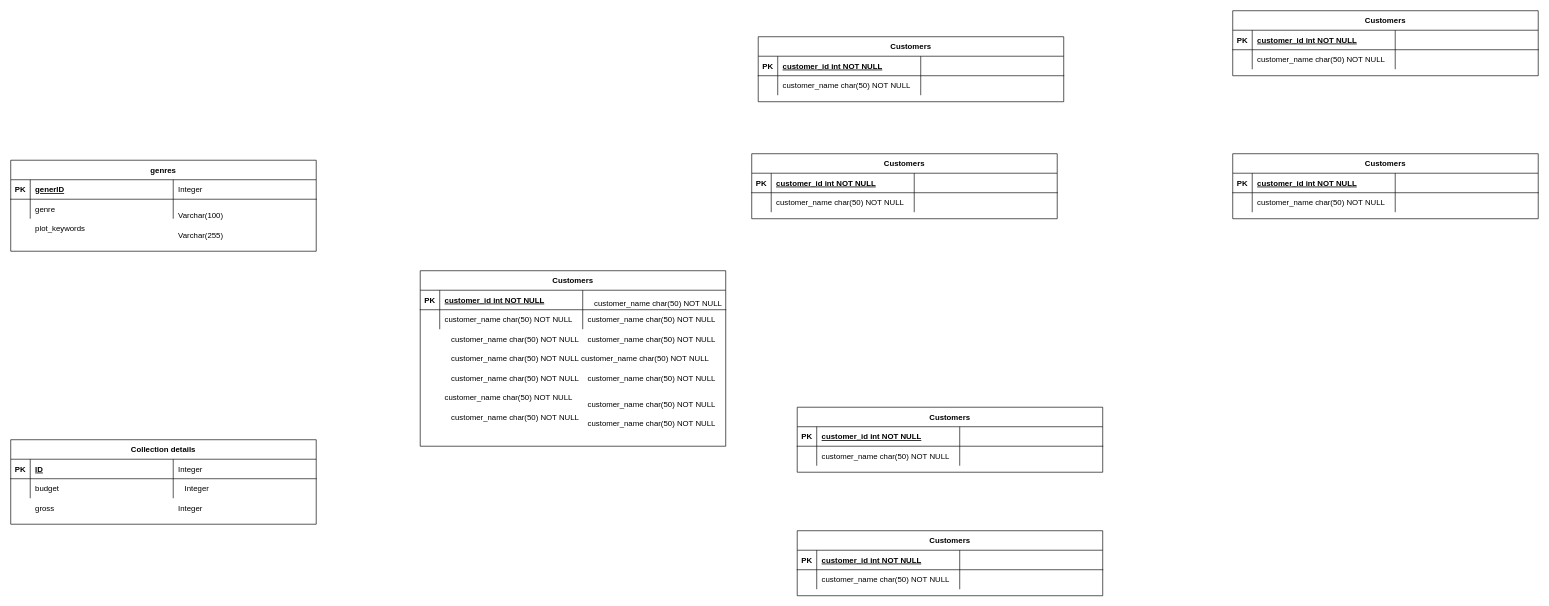
Above: GunnamLavakumarreddy_Module1_ERD.drawio in lavakumarreddy21/AnalyticsVidya_Assignment_Tableau (draw.io), before the change. Source tidied: cells renumbered, new cells numbered last; positions are measured from the earlier drawing's top-left corner, leaving out a move shared by most shapes. Both pictures are drawn from the tidied source at 65%, with x=0, y=0 at pixel (10, 10).
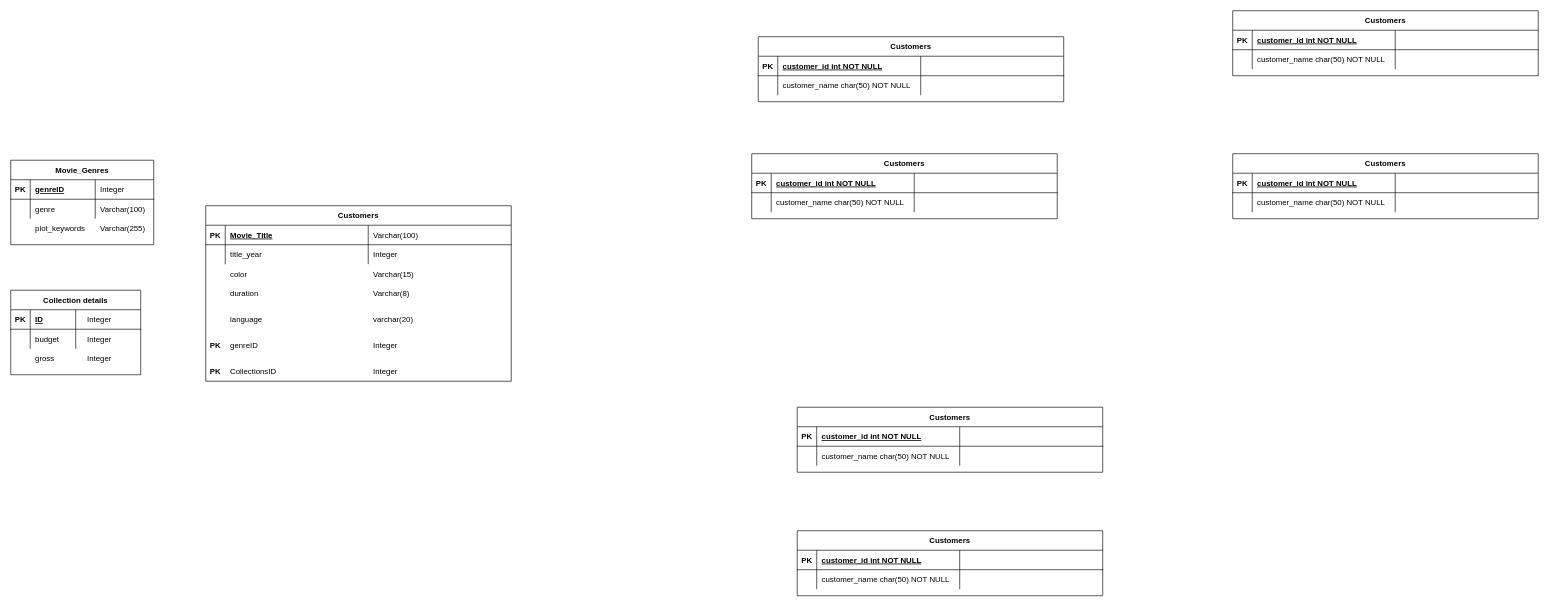
After the change.

The change refers to these unchanged cells:
```xml
<mxCell id="21" style="shape=partialRectangle;fillColor=none;top=0;left=0;right=0;bottom=1;" parent="20" vertex="1">
  <mxGeometry y="30" width="470" height="30" as="geometry" />
</mxCell>
<mxCell id="25" style="shape=partialRectangle;fillColor=none;top=0;left=0;right=0;bottom=0;" parent="20" vertex="1">
  <mxGeometry y="60" width="470" height="30" as="geometry" />
</mxCell>
```

The edit, as a diff of the source:
```diff
@@
-    <mxCell id="2" value="genres" style="shape=table;startSize=30;childLayout=tableLayout;rowLines=0;fontStyle=1;align=center;" parent="1" vertex="1">
-      <mxGeometry y="230" width="470" height="140" as="geometry" />
+    <mxCell id="2" value="Movie_Genres" style="shape=table;startSize=30;childLayout=tableLayout;rowLines=0;fontStyle=1;align=center;" parent="1" vertex="1">
+      <mxGeometry y="230" width="220" height="130" as="geometry" />
     </mxCell>
     <mxCell id="3" style="shape=partialRectangle;fillColor=none;top=0;left=0;right=0;bottom=1;" parent="2" vertex="1">
-      <mxGeometry y="30" width="470" height="30" as="geometry" />
+      <mxGeometry y="30" width="220" height="30" as="geometry" />
     </mxCell>
@@
-    <mxCell id="5" value="generID" style="shape=partialRectangle;overflow=hidden;fillColor=none;top=0;left=0;bottom=0;right=0;align=left;spacingLeft=6;fontStyle=5;" parent="3" vertex="1">
-      <mxGeometry x="30" width="220" height="30" as="geometry" />
+    <mxCell id="5" value="genreID" style="shape=partialRectangle;overflow=hidden;fillColor=none;top=0;left=0;bottom=0;right=0;align=left;spacingLeft=6;fontStyle=5;" parent="3" vertex="1">
+      <mxGeometry x="30" width="100" height="30" as="geometry" />
     </mxCell>
     <mxCell id="6" style="shape=partialRectangle;overflow=hidden;fillColor=none;top=0;left=0;bottom=0;right=0;align=left;spacingLeft=6;fontStyle=5;" parent="3" vertex="1">
-      <mxGeometry x="250" width="220" height="30" as="geometry" />
+      <mxGeometry x="130" width="90" height="30" as="geometry" />
     </mxCell>
     <mxCell id="7" style="shape=partialRectangle;fillColor=none;top=0;left=0;right=0;bottom=0;" parent="2" vertex="1">
-      <mxGeometry y="60" width="470" height="30" as="geometry" />
+      <mxGeometry y="60" width="220" height="30" as="geometry" />
     </mxCell>
@@
     <mxCell id="9" value="genre" style="shape=partialRectangle;overflow=hidden;fillColor=none;top=0;left=0;bottom=0;right=0;align=left;spacingLeft=6;" parent="7" vertex="1">
-      <mxGeometry x="30" width="220" height="30" as="geometry" />
+      <mxGeometry x="30" width="100" height="30" as="geometry" />
     </mxCell>
     <mxCell id="10" style="shape=partialRectangle;overflow=hidden;fillColor=none;top=0;left=0;bottom=0;right=0;align=left;spacingLeft=6;" parent="7" vertex="1">
-      <mxGeometry x="250" width="220" height="30" as="geometry" />
+      <mxGeometry x="130" width="90" height="30" as="geometry" />
     </mxCell>
     <mxCell id="11" value="Collection details" style="shape=table;startSize=30;childLayout=tableLayout;rowLines=0;fontStyle=1;align=center;" parent="1" vertex="1">
-      <mxGeometry y="660" width="470" height="130" as="geometry" />
+      <mxGeometry y="430" width="200" height="130" as="geometry" />
     </mxCell>
     <mxCell id="12" style="shape=partialRectangle;fillColor=none;top=0;left=0;right=0;bottom=1;" parent="11" vertex="1">
-      <mxGeometry y="30" width="470" height="30" as="geometry" />
+      <mxGeometry y="30" width="200" height="30" as="geometry" />
     </mxCell>
@@
     <mxCell id="14" value="ID" style="shape=partialRectangle;overflow=hidden;fillColor=none;top=0;left=0;bottom=0;right=0;align=left;spacingLeft=6;fontStyle=5;" parent="12" vertex="1">
-      <mxGeometry x="30" width="220" height="30" as="geometry" />
+      <mxGeometry x="30" width="70" height="30" as="geometry" />
     </mxCell>
     <mxCell id="15" style="shape=partialRectangle;overflow=hidden;fillColor=none;top=0;left=0;bottom=0;right=0;align=left;spacingLeft=6;fontStyle=5;" parent="12" vertex="1">
-      <mxGeometry x="250" width="220" height="30" as="geometry" />
+      <mxGeometry x="100" width="100" height="30" as="geometry" />
     </mxCell>
     <mxCell id="16" style="shape=partialRectangle;fillColor=none;top=0;left=0;right=0;bottom=0;" parent="11" vertex="1">
-      <mxGeometry y="60" width="470" height="30" as="geometry" />
+      <mxGeometry y="60" width="200" height="30" as="geometry" />
     </mxCell>
@@
     <mxCell id="18" value="budget" style="shape=partialRectangle;overflow=hidden;fillColor=none;top=0;left=0;bottom=0;right=0;align=left;spacingLeft=6;" parent="16" vertex="1">
-      <mxGeometry x="30" width="220" height="30" as="geometry" />
+      <mxGeometry x="30" width="70" height="30" as="geometry" />
     </mxCell>
     <mxCell id="19" style="shape=partialRectangle;overflow=hidden;fillColor=none;top=0;left=0;bottom=0;right=0;align=left;spacingLeft=6;" parent="16" vertex="1">
-      <mxGeometry x="250" width="220" height="30" as="geometry" />
+      <mxGeometry x="100" width="100" height="30" as="geometry" />
     </mxCell>
     <mxCell id="20" value="Customers" style="shape=table;startSize=30;childLayout=tableLayout;rowLines=0;fontStyle=1;align=center;" parent="1" vertex="1">
-      <mxGeometry x="630" y="400" width="470" height="270" as="geometry" />
+      <mxGeometry x="300" y="300" width="470" height="270" as="geometry" />
     </mxCell>
@@
-    <mxCell id="23" value="customer_id int NOT NULL " style="shape=partialRectangle;overflow=hidden;fillColor=none;top=0;left=0;bottom=0;right=0;align=left;spacingLeft=6;fontStyle=5;" parent="21" vertex="1">
+    <mxCell id="23" value="Movie_Title" style="shape=partialRectangle;overflow=hidden;fillColor=none;top=0;left=0;bottom=0;right=0;align=left;spacingLeft=6;fontStyle=5;" parent="21" vertex="1">
       <mxGeometry x="30" width="220" height="30" as="geometry" />
     </mxCell>
@@
-    <mxCell id="27" value="customer_name char(50) NOT NULL" style="shape=partialRectangle;overflow=hidden;fillColor=none;top=0;left=0;bottom=0;right=0;align=left;spacingLeft=6;" parent="25" vertex="1">
+    <mxCell id="27" value="title_year" style="shape=partialRectangle;overflow=hidden;fillColor=none;top=0;left=0;bottom=0;right=0;align=left;spacingLeft=6;" parent="25" vertex="1">
       <mxGeometry x="30" width="220" height="30" as="geometry" />
     </mxCell>
@@
     <mxCell id="84" value="Varchar(100)" style="shape=partialRectangle;overflow=hidden;fillColor=none;top=0;left=0;bottom=0;right=0;align=left;spacingLeft=6;" parent="1" vertex="1">
-      <mxGeometry x="250" y="300" width="220" height="30" as="geometry" />
+      <mxGeometry x="130" y="290" width="220" height="30" as="geometry" />
     </mxCell>
     <mxCell id="85" value="Varchar(255)" style="shape=partialRectangle;overflow=hidden;fillColor=none;top=0;left=0;bottom=0;right=0;align=left;spacingLeft=6;" parent="1" vertex="1">
-      <mxGeometry x="250" y="330" width="220" height="30" as="geometry" />
+      <mxGeometry x="130" y="320" width="220" height="30" as="geometry" />
     </mxCell>
     <mxCell id="86" value="Integer" style="shape=partialRectangle;overflow=hidden;fillColor=none;top=0;left=0;bottom=0;right=0;align=left;spacingLeft=6;" parent="1" vertex="1">
-      <mxGeometry x="250" y="260" width="220" height="30" as="geometry" />
+      <mxGeometry x="130" y="260" width="220" height="30" as="geometry" />
     </mxCell>
     <mxCell id="87" style="shape=partialRectangle;fillColor=none;top=0;left=0;right=0;bottom=0;" parent="1" vertex="1">
-      <mxGeometry y="750" width="470" height="30" as="geometry" />
+      <mxGeometry y="520" width="470" height="30" as="geometry" />
     </mxCell>
@@
     <mxCell id="91" style="shape=partialRectangle;fillColor=none;top=0;left=0;right=0;bottom=0;" parent="1" vertex="1">
-      <mxGeometry x="220" y="750" width="470" height="30" as="geometry" />
+      <mxGeometry x="80" y="460" width="470" height="30" as="geometry" />
     </mxCell>
@@
     <mxCell id="95" style="shape=partialRectangle;fillColor=none;top=0;left=0;right=0;bottom=0;" parent="1" vertex="1">
-      <mxGeometry x="230" y="720" width="470" height="30" as="geometry" />
+      <mxGeometry x="80" y="520" width="470" height="30" as="geometry" />
     </mxCell>
@@
-    <mxCell id="99" value="customer_name char(50) NOT NULL" style="shape=partialRectangle;overflow=hidden;fillColor=none;top=0;left=0;bottom=0;right=0;align=left;spacingLeft=6;" parent="1" vertex="1">
-      <mxGeometry x="670" y="490" width="220" height="30" as="geometry" />
+    <mxCell id="99" value="color" style="shape=partialRectangle;overflow=hidden;fillColor=none;top=0;left=0;bottom=0;right=0;align=left;spacingLeft=6;" parent="1" vertex="1">
+      <mxGeometry x="330" y="390" width="220" height="30" as="geometry" />
     </mxCell>
-    <mxCell id="100" value="customer_name char(50) NOT NULL" style="shape=partialRectangle;overflow=hidden;fillColor=none;top=0;left=0;bottom=0;right=0;align=left;spacingLeft=6;" parent="1" vertex="1">
-      <mxGeometry x="670" y="520" width="220" height="30" as="geometry" />
+    <mxCell id="100" value="duration" style="shape=partialRectangle;overflow=hidden;fillColor=none;top=0;left=0;bottom=0;right=0;align=left;spacingLeft=6;" parent="1" vertex="1">
+      <mxGeometry x="330" y="420" width="220" height="30" as="geometry" />
     </mxCell>
-    <mxCell id="101" value="customer_name char(50) NOT NULL" style="shape=partialRectangle;overflow=hidden;fillColor=none;top=0;left=0;bottom=0;right=0;align=left;spacingLeft=6;" parent="1" vertex="1">
-      <mxGeometry x="670" y="550" width="220" height="30" as="geometry" />
+    <mxCell id="101" value="language" style="shape=partialRectangle;overflow=hidden;fillColor=none;top=0;left=0;bottom=0;right=0;align=left;spacingLeft=6;" parent="1" vertex="1">
+      <mxGeometry x="330" y="460" width="220" height="30" as="geometry" />
     </mxCell>
-    <mxCell id="102" value="customer_name char(50) NOT NULL" style="shape=partialRectangle;overflow=hidden;fillColor=none;top=0;left=0;bottom=0;right=0;align=left;spacingLeft=6;" parent="1" vertex="1">
-      <mxGeometry x="660" y="580" width="220" height="30" as="geometry" />
+    <mxCell id="102" value="genreID" style="shape=partialRectangle;overflow=hidden;fillColor=none;top=0;left=0;bottom=0;right=0;align=left;spacingLeft=6;" parent="1" vertex="1">
+      <mxGeometry x="330" y="500" width="220" height="30" as="geometry" />
     </mxCell>
-    <mxCell id="103" value="customer_name char(50) NOT NULL" style="shape=partialRectangle;overflow=hidden;fillColor=none;top=0;left=0;bottom=0;right=0;align=left;spacingLeft=6;" parent="1" vertex="1">
-      <mxGeometry x="670" y="610" width="220" height="30" as="geometry" />
+    <mxCell id="103" value="CollectionsID" style="shape=partialRectangle;overflow=hidden;fillColor=none;top=0;left=0;bottom=0;right=0;align=left;spacingLeft=6;" parent="1" vertex="1">
+      <mxGeometry x="330" y="540" width="220" height="30" as="geometry" />
     </mxCell>
-    <mxCell id="104" value="customer_name char(50) NOT NULL" style="shape=partialRectangle;overflow=hidden;fillColor=none;top=0;left=0;bottom=0;right=0;align=left;spacingLeft=6;" parent="1" vertex="1">
-      <mxGeometry x="880" y="490" width="220" height="30" as="geometry" />
+    <mxCell id="104" value="Varchar(15)" style="shape=partialRectangle;overflow=hidden;fillColor=none;top=0;left=0;bottom=0;right=0;align=left;spacingLeft=6;" parent="1" vertex="1">
+      <mxGeometry x="550" y="390" width="220" height="30" as="geometry" />
     </mxCell>
-    <mxCell id="105" value="customer_name char(50) NOT NULL" style="shape=partialRectangle;overflow=hidden;fillColor=none;top=0;left=0;bottom=0;right=0;align=left;spacingLeft=6;" parent="1" vertex="1">
-      <mxGeometry x="880" y="460" width="220" height="30" as="geometry" />
+    <mxCell id="105" value="Integer" style="shape=partialRectangle;overflow=hidden;fillColor=none;top=0;left=0;bottom=0;right=0;align=left;spacingLeft=6;" parent="1" vertex="1">
+      <mxGeometry x="550" y="360" width="220" height="30" as="geometry" />
     </mxCell>
-    <mxCell id="106" value="customer_name char(50) NOT NULL" style="shape=partialRectangle;overflow=hidden;fillColor=none;top=0;left=0;bottom=0;right=0;align=left;spacingLeft=6;" parent="1" vertex="1">
-      <mxGeometry x="880" y="550" width="220" height="30" as="geometry" />
+    <mxCell id="106" value="varchar(20)" style="shape=partialRectangle;overflow=hidden;fillColor=none;top=0;left=0;bottom=0;right=0;align=left;spacingLeft=6;" parent="1" vertex="1">
+      <mxGeometry x="550" y="460" width="220" height="30" as="geometry" />
     </mxCell>
-    <mxCell id="107" value="customer_name char(50) NOT NULL" style="shape=partialRectangle;overflow=hidden;fillColor=none;top=0;left=0;bottom=0;right=0;align=left;spacingLeft=6;" parent="1" vertex="1">
-      <mxGeometry x="870" y="520" width="220" height="30" as="geometry" />
+    <mxCell id="107" value="Varchar(8)" style="shape=partialRectangle;overflow=hidden;fillColor=none;top=0;left=0;bottom=0;right=0;align=left;spacingLeft=6;" parent="1" vertex="1">
+      <mxGeometry x="550" y="420" width="220" height="30" as="geometry" />
     </mxCell>
-    <mxCell id="108" value="customer_name char(50) NOT NULL" style="shape=partialRectangle;overflow=hidden;fillColor=none;top=0;left=0;bottom=0;right=0;align=left;spacingLeft=6;" parent="1" vertex="1">
-      <mxGeometry x="880" y="590" width="220" height="30" as="geometry" />
+    <mxCell id="108" value="Integer" style="shape=partialRectangle;overflow=hidden;fillColor=none;top=0;left=0;bottom=0;right=0;align=left;spacingLeft=6;" parent="1" vertex="1">
+      <mxGeometry x="550" y="500" width="220" height="30" as="geometry" />
     </mxCell>
-    <mxCell id="109" value="customer_name char(50) NOT NULL" style="shape=partialRectangle;overflow=hidden;fillColor=none;top=0;left=0;bottom=0;right=0;align=left;spacingLeft=6;" parent="1" vertex="1">
-      <mxGeometry x="880" y="620" width="220" height="30" as="geometry" />
+    <mxCell id="109" value="Integer" style="shape=partialRectangle;overflow=hidden;fillColor=none;top=0;left=0;bottom=0;right=0;align=left;spacingLeft=6;" parent="1" vertex="1">
+      <mxGeometry x="550" y="540" width="220" height="30" as="geometry" />
     </mxCell>
-    <mxCell id="110" value="customer_name char(50) NOT NULL" style="shape=partialRectangle;overflow=hidden;fillColor=none;top=0;left=0;bottom=0;right=0;align=left;spacingLeft=6;" parent="1" vertex="1">
-      <mxGeometry x="890" y="435" width="220" height="30" as="geometry" />
+    <mxCell id="110" value="Varchar(100)" style="shape=partialRectangle;overflow=hidden;fillColor=none;top=0;left=0;bottom=0;right=0;align=left;spacingLeft=6;" parent="1" vertex="1">
+      <mxGeometry x="550" y="330" width="220" height="30" as="geometry" />
     </mxCell>
     <mxCell id="111" style="shape=partialRectangle;fillColor=none;top=0;left=0;right=0;bottom=0;" parent="1" vertex="1">
-      <mxGeometry x="220" y="690" width="470" height="30" as="geometry" />
+      <mxGeometry x="80" y="490" width="470" height="30" as="geometry" />
     </mxCell>
@@
+    <mxCell id="115" value="PK" style="shape=partialRectangle;overflow=hidden;fillColor=none;top=0;left=0;bottom=0;right=0;fontStyle=1;" parent="1" vertex="1">
+      <mxGeometry x="300" y="500" width="30" height="30" as="geometry" />
+    </mxCell>
+    <mxCell id="116" value="PK" style="shape=partialRectangle;overflow=hidden;fillColor=none;top=0;left=0;bottom=0;right=0;fontStyle=1;" parent="1" vertex="1">
+      <mxGeometry x="300" y="540" width="30" height="30" as="geometry" />
+    </mxCell>
```
